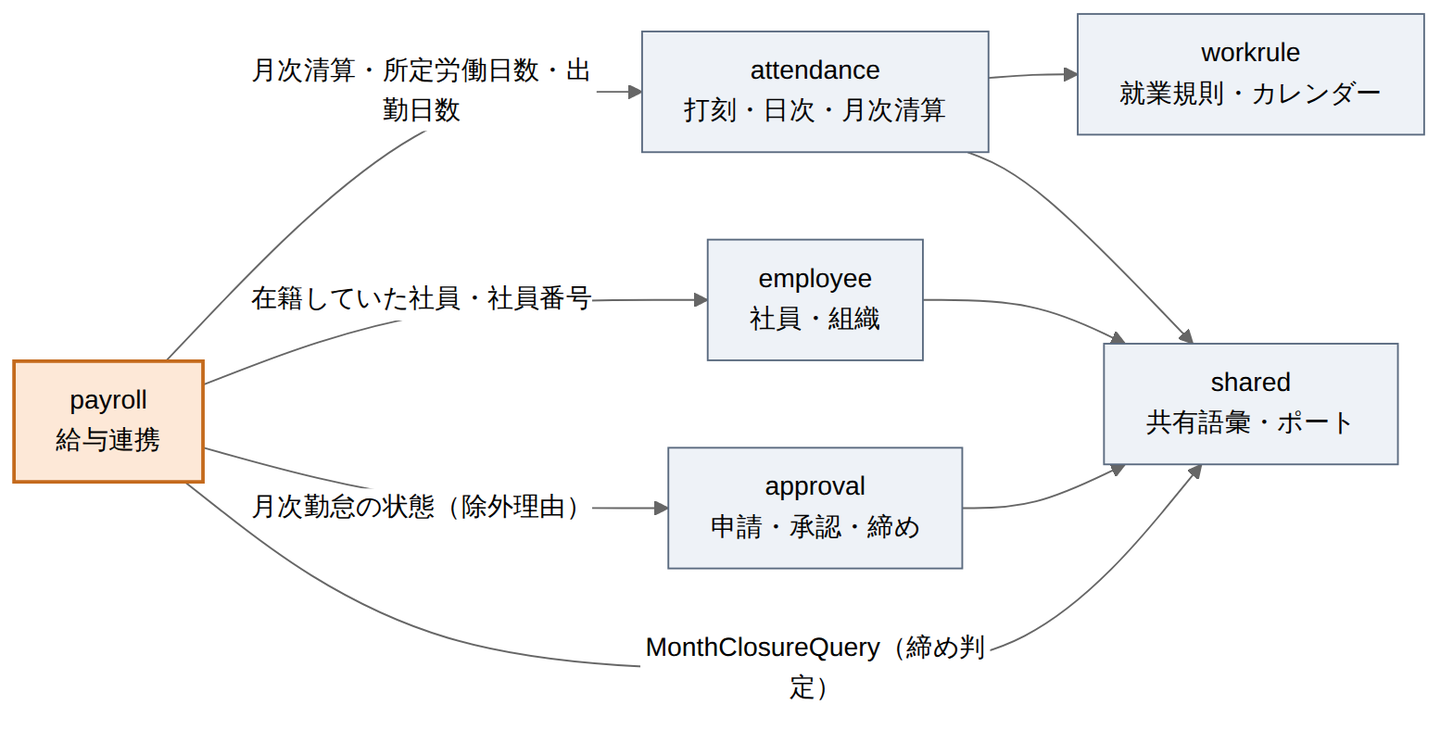
This is doc/02_詳細設計/07_給与連携/images/コンテキストの依存.png from masaki-i02/newJavaProject, a Mermaid export, as it was before one commit. Its source is kept beside it as doc/02_詳細設計/07_給与連携/diagrams/コンテキストの依存.mmd.
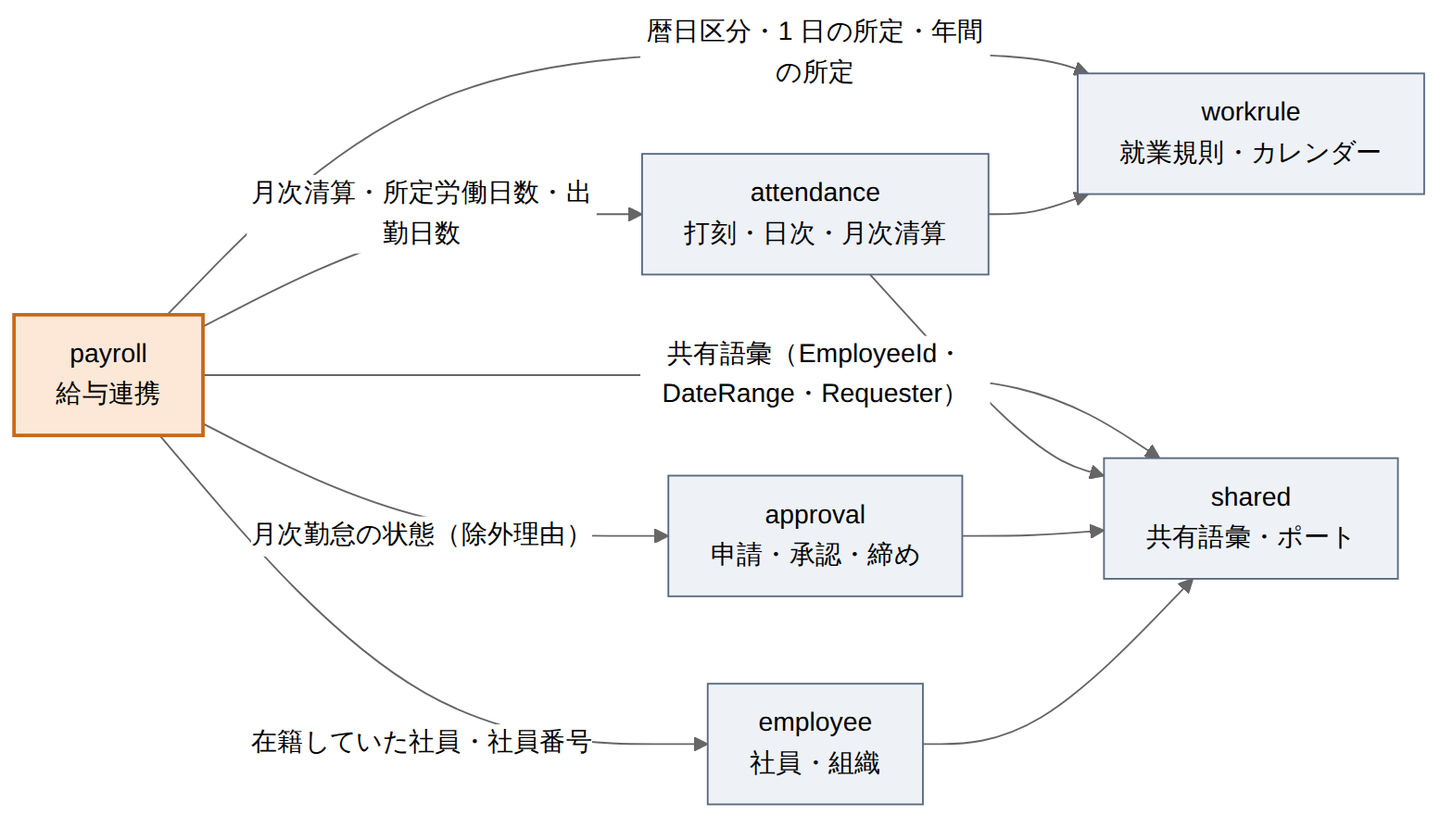
Above is the later version.

Diff of the diagram source:
```diff
@@ -9,7 +9,8 @@
     payroll -->|"月次清算・所定労働日数・出勤日数"| attendance
     payroll -->|"在籍していた社員・社員番号"| employee
     payroll -->|"月次勤怠の状態（除外理由）"| approval
-    payroll -->|"MonthClosureQuery（締め判定）"| shared
+    payroll -->|"暦日区分・1 日の所定・年間の所定"| workrule
+    payroll -->|"共有語彙（EmployeeId・DateRange・Requester）"| shared
     attendance --> workrule
     attendance --> shared
     approval --> shared
```
